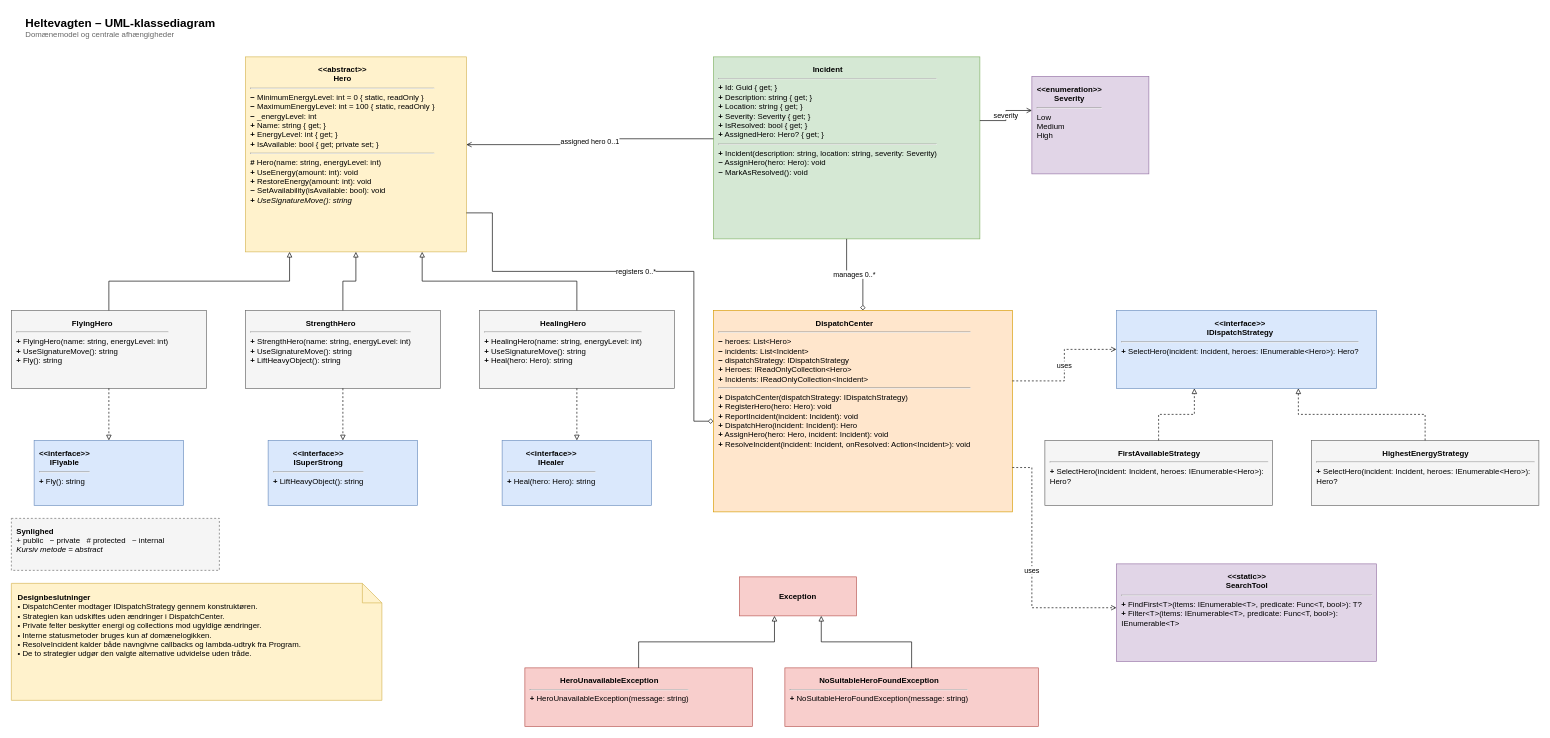
The draw.io diagram Heltevagten-UML.drawio in solvsteen/Heltevagten, before the edit. Source tidied: cells renumbered, new cells numbered last; positions are measured from the earlier drawing's top-left corner, leaving out a move shared by most shapes. Both pictures are drawn from the tidied source at 65%, with x=0, y=0 at pixel (11, 11).
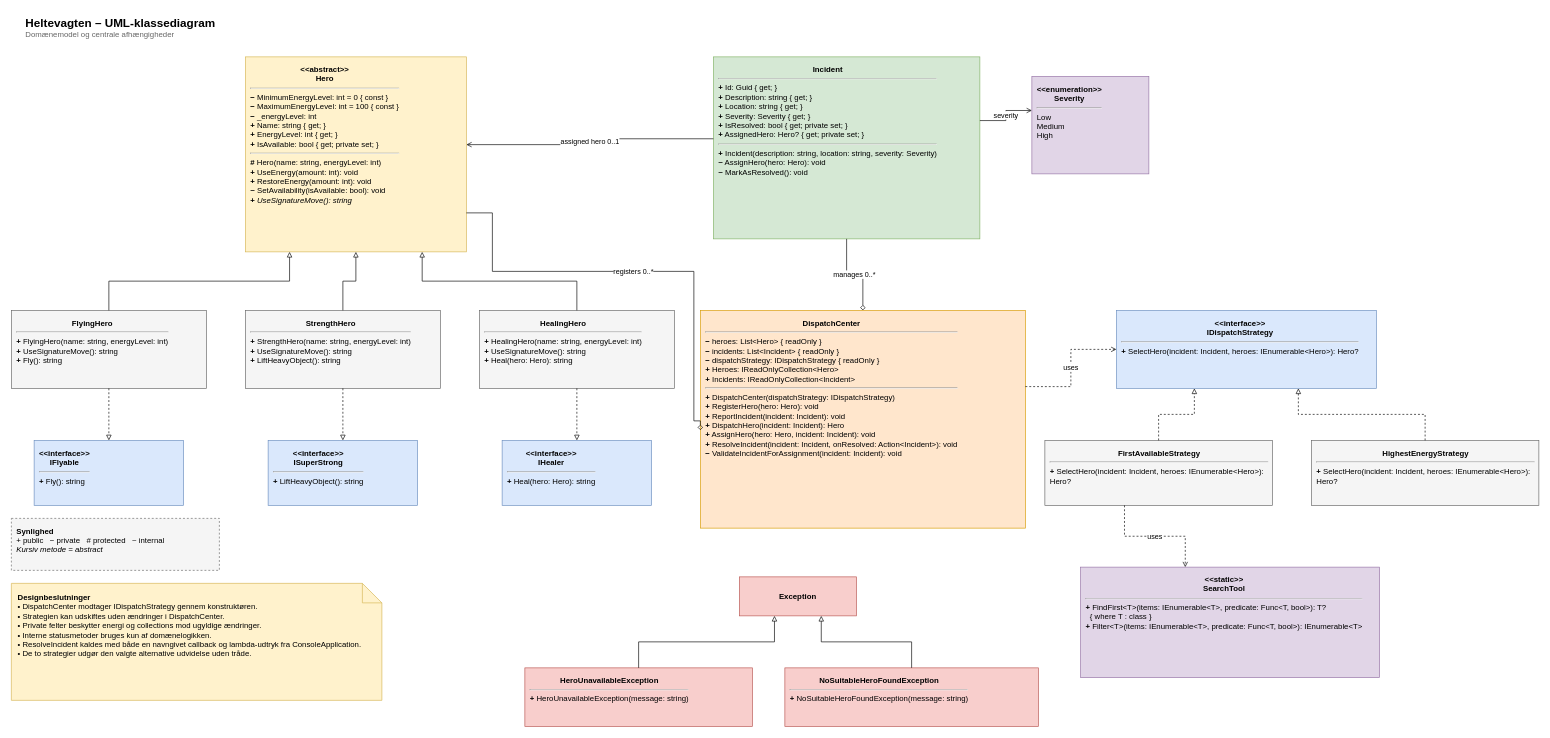
After the change.

Commit message (it also covers changes not shown here):
Update .gitignore to exclude Heltevagten.zip and ensure bin/ is ignored; modify Heltevagten-UML.drawio for improved UML class definitions and update Heltevagten-UML-preview.png

The change refers to these unchanged cells:
```xml
<mxCell id="14" value="&lt;div style=&quot;text-align:center&quot;&gt;&lt;b&gt;FirstAvailableStrategy&lt;/b&gt;&lt;/div&gt;&lt;hr&gt;&lt;b&gt;+&lt;/b&gt; SelectHero(incident: Incident, heroes: IEnumerable&amp;lt;Hero&amp;gt;): Hero?" style="rounded=0;whiteSpace=wrap;html=1;align=left;verticalAlign=top;spacing=8;fillColor=#f5f5f5;strokeColor=#666666;" parent="1" vertex="1">
  <mxGeometry x="1590" y="660" width="350" height="100" as="geometry" />
</mxCell>
```

What changed in the source:
```diff
@@
-    <mxCell id="3" value="&lt;div style=&quot;text-align:center&quot;&gt;&lt;b&gt;&amp;lt;&amp;lt;abstract&amp;gt;&amp;gt;&lt;br&gt;Hero&lt;/b&gt;&lt;/div&gt;&lt;hr&gt;&lt;b&gt;−&lt;/b&gt; MinimumEnergyLevel: int = 0 { static, readOnly }&lt;br&gt;&lt;b&gt;−&lt;/b&gt; MaximumEnergyLevel: int = 100 { static, readOnly }&lt;br&gt;&lt;b&gt;−&lt;/b&gt; _energyLevel: int&lt;br&gt;&lt;b&gt;+&lt;/b&gt; Name: string { get; }&lt;br&gt;&lt;b&gt;+&lt;/b&gt; EnergyLevel: int { get; }&lt;br&gt;&lt;b&gt;+&lt;/b&gt; IsAvailable: bool { get; private set; }&lt;hr&gt;&lt;b&gt;#&lt;/b&gt; Hero(name: string, energyLevel: int)&lt;br&gt;&lt;b&gt;+&lt;/b&gt; UseEnergy(amount: int): void&lt;br&gt;&lt;b&gt;+&lt;/b&gt; RestoreEnergy(amount: int): void&lt;br&gt;&lt;b&gt;~&lt;/b&gt; SetAvailability(isAvailable: bool): void&lt;br&gt;&lt;b&gt;+&lt;/b&gt; &lt;i&gt;UseSignatureMove(): string&lt;/i&gt;" style="rounded=0;whiteSpace=wrap;html=1;align=left;verticalAlign=top;spacing=8;fillColor=#fff2cc;strokeColor=#d6b656;" parent="1" vertex="1">
+    <mxCell id="3" value="&lt;div style=&quot;text-align:center&quot;&gt;&lt;b&gt;&amp;lt;&amp;lt;abstract&amp;gt;&amp;gt;&lt;br&gt;Hero&lt;/b&gt;&lt;/div&gt;&lt;hr&gt;&lt;b&gt;−&lt;/b&gt; MinimumEnergyLevel: int = 0 { const }&lt;br&gt;&lt;b&gt;−&lt;/b&gt; MaximumEnergyLevel: int = 100 { const }&lt;br&gt;&lt;b&gt;−&lt;/b&gt; _energyLevel: int&lt;br&gt;&lt;b&gt;+&lt;/b&gt; Name: string { get; }&lt;br&gt;&lt;b&gt;+&lt;/b&gt; EnergyLevel: int { get; }&lt;br&gt;&lt;b&gt;+&lt;/b&gt; IsAvailable: bool { get; private set; }&lt;hr&gt;&lt;b&gt;#&lt;/b&gt; Hero(name: string, energyLevel: int)&lt;br&gt;&lt;b&gt;+&lt;/b&gt; UseEnergy(amount: int): void&lt;br&gt;&lt;b&gt;+&lt;/b&gt; RestoreEnergy(amount: int): void&lt;br&gt;&lt;b&gt;~&lt;/b&gt; SetAvailability(isAvailable: bool): void&lt;br&gt;&lt;b&gt;+&lt;/b&gt; &lt;i&gt;UseSignatureMove(): string&lt;/i&gt;" style="rounded=0;whiteSpace=wrap;html=1;align=left;verticalAlign=top;spacing=8;fillColor=#fff2cc;strokeColor=#d6b656;" parent="1" vertex="1">
       <mxGeometry x="360" y="70" width="340" height="300" as="geometry" />
     </mxCell>
@@
-    <mxCell id="11" value="&lt;div style=&quot;text-align:center&quot;&gt;&lt;b&gt;Incident&lt;/b&gt;&lt;/div&gt;&lt;hr&gt;&lt;b&gt;+&lt;/b&gt; Id: Guid { get; }&lt;br&gt;&lt;b&gt;+&lt;/b&gt; Description: string { get; }&lt;br&gt;&lt;b&gt;+&lt;/b&gt; Location: string { get; }&lt;br&gt;&lt;b&gt;+&lt;/b&gt; Severity: Severity { get; }&lt;br&gt;&lt;b&gt;+&lt;/b&gt; IsResolved: bool { get; }&lt;br&gt;&lt;b&gt;+&lt;/b&gt; AssignedHero: Hero? { get; }&lt;hr&gt;&lt;b&gt;+&lt;/b&gt; Incident(description: string, location: string, severity: Severity)&lt;br&gt;&lt;b&gt;~&lt;/b&gt; AssignHero(hero: Hero): void&lt;br&gt;&lt;b&gt;~&lt;/b&gt; MarkAsResolved(): void" style="rounded=0;whiteSpace=wrap;html=1;align=left;verticalAlign=top;spacing=8;fillColor=#d5e8d4;strokeColor=#82b366;" parent="1" vertex="1">
+    <mxCell id="11" value="&lt;div style=&quot;text-align:center&quot;&gt;&lt;b&gt;Incident&lt;/b&gt;&lt;/div&gt;&lt;hr&gt;&lt;b&gt;+&lt;/b&gt; Id: Guid { get; }&lt;br&gt;&lt;b&gt;+&lt;/b&gt; Description: string { get; }&lt;br&gt;&lt;b&gt;+&lt;/b&gt; Location: string { get; }&lt;br&gt;&lt;b&gt;+&lt;/b&gt; Severity: Severity { get; }&lt;br&gt;&lt;b&gt;+&lt;/b&gt; IsResolved: bool { get; private set; }&lt;br&gt;&lt;b&gt;+&lt;/b&gt; AssignedHero: Hero? { get; private set; }&lt;hr&gt;&lt;b&gt;+&lt;/b&gt; Incident(description: string, location: string, severity: Severity)&lt;br&gt;&lt;b&gt;~&lt;/b&gt; AssignHero(hero: Hero): void&lt;br&gt;&lt;b&gt;~&lt;/b&gt; MarkAsResolved(): void" style="rounded=0;whiteSpace=wrap;html=1;align=left;verticalAlign=top;spacing=8;fillColor=#d5e8d4;strokeColor=#82b366;" parent="1" vertex="1">
       <mxGeometry x="1080" y="70" width="410" height="280" as="geometry" />
     </mxCell>
-    <mxCell id="12" value="&lt;div style=&quot;text-align:center&quot;&gt;&lt;b&gt;DispatchCenter&lt;/b&gt;&lt;/div&gt;&lt;hr&gt;&lt;b&gt;−&lt;/b&gt; heroes: List&amp;lt;Hero&amp;gt;&lt;br&gt;&lt;b&gt;−&lt;/b&gt; incidents: List&amp;lt;Incident&amp;gt;&lt;br&gt;&lt;b&gt;−&lt;/b&gt; dispatchStrategy: IDispatchStrategy&lt;br&gt;&lt;b&gt;+&lt;/b&gt; Heroes: IReadOnlyCollection&amp;lt;Hero&amp;gt;&lt;br&gt;&lt;b&gt;+&lt;/b&gt; Incidents: IReadOnlyCollection&amp;lt;Incident&amp;gt;&lt;hr&gt;&lt;b&gt;+&lt;/b&gt; DispatchCenter(dispatchStrategy: IDispatchStrategy)&lt;br&gt;&lt;b&gt;+&lt;/b&gt; RegisterHero(hero: Hero): void&lt;br&gt;&lt;b&gt;+&lt;/b&gt; ReportIncident(incident: Incident): void&lt;br&gt;&lt;b&gt;+&lt;/b&gt; DispatchHero(incident: Incident): Hero&lt;br&gt;&lt;b&gt;+&lt;/b&gt; AssignHero(hero: Hero, incident: Incident): void&lt;br&gt;&lt;b&gt;+&lt;/b&gt; ResolveIncident(incident: Incident, onResolved: Action&amp;lt;Incident&amp;gt;): void" style="rounded=0;whiteSpace=wrap;html=1;align=left;verticalAlign=top;spacing=8;fillColor=#ffe6cc;strokeColor=#d79b00;" parent="1" vertex="1">
-      <mxGeometry x="1080" y="460" width="460" height="310" as="geometry" />
+    <mxCell id="12" value="&lt;div style=&quot;text-align:center&quot;&gt;&lt;b&gt;DispatchCenter&lt;/b&gt;&lt;/div&gt;&lt;hr&gt;&lt;b&gt;−&lt;/b&gt; heroes: List&amp;lt;Hero&amp;gt; { readOnly }&lt;br&gt;&lt;b&gt;−&lt;/b&gt; incidents: List&amp;lt;Incident&amp;gt; { readOnly }&lt;br&gt;&lt;b&gt;−&lt;/b&gt; dispatchStrategy: IDispatchStrategy { readOnly }&lt;br&gt;&lt;b&gt;+&lt;/b&gt; Heroes: IReadOnlyCollection&amp;lt;Hero&amp;gt;&lt;br&gt;&lt;b&gt;+&lt;/b&gt; Incidents: IReadOnlyCollection&amp;lt;Incident&amp;gt;&lt;hr&gt;&lt;b&gt;+&lt;/b&gt; DispatchCenter(dispatchStrategy: IDispatchStrategy)&lt;br&gt;&lt;b&gt;+&lt;/b&gt; RegisterHero(hero: Hero): void&lt;br&gt;&lt;b&gt;+&lt;/b&gt; ReportIncident(incident: Incident): void&lt;br&gt;&lt;b&gt;+&lt;/b&gt; DispatchHero(incident: Incident): Hero&lt;br&gt;&lt;b&gt;+&lt;/b&gt; AssignHero(hero: Hero, incident: Incident): void&lt;br&gt;&lt;b&gt;+&lt;/b&gt; ResolveIncident(incident: Incident, onResolved: Action&amp;lt;Incident&amp;gt;): void&lt;br&gt;&lt;b&gt;−&lt;/b&gt; ValidateIncidentForAssignment(incident: Incident): void" style="rounded=0;whiteSpace=wrap;html=1;align=left;verticalAlign=top;spacing=8;fillColor=#ffe6cc;strokeColor=#d79b00;" parent="1" vertex="1">
+      <mxGeometry x="1060" y="460" width="500" height="335" as="geometry" />
     </mxCell>
@@
-    <mxCell id="16" value="&lt;div style=&quot;text-align:center&quot;&gt;&lt;b&gt;&amp;lt;&amp;lt;static&amp;gt;&amp;gt;&lt;br&gt;SearchTool&lt;/b&gt;&lt;/div&gt;&lt;hr&gt;&lt;b&gt;+&lt;/b&gt; FindFirst&amp;lt;T&amp;gt;(items: IEnumerable&amp;lt;T&amp;gt;, predicate: Func&amp;lt;T, bool&amp;gt;): T?&lt;br&gt;&lt;b&gt;+&lt;/b&gt; Filter&amp;lt;T&amp;gt;(items: IEnumerable&amp;lt;T&amp;gt;, predicate: Func&amp;lt;T, bool&amp;gt;): IEnumerable&amp;lt;T&amp;gt;" style="rounded=0;whiteSpace=wrap;html=1;align=left;verticalAlign=top;spacing=8;fillColor=#e1d5e7;strokeColor=#9673a6;" parent="1" vertex="1">
-      <mxGeometry x="1700" y="850" width="400" height="150" as="geometry" />
+    <mxCell id="16" value="&lt;div style=&quot;text-align:center&quot;&gt;&lt;b&gt;&amp;lt;&amp;lt;static&amp;gt;&amp;gt;&lt;br&gt;SearchTool&lt;/b&gt;&lt;/div&gt;&lt;hr&gt;&lt;b&gt;+&lt;/b&gt; FindFirst&amp;lt;T&amp;gt;(items: IEnumerable&amp;lt;T&amp;gt;, predicate: Func&amp;lt;T, bool&amp;gt;): T?&lt;br&gt;&amp;nbsp;&amp;nbsp;{ where T : class }&lt;br&gt;&lt;b&gt;+&lt;/b&gt; Filter&amp;lt;T&amp;gt;(items: IEnumerable&amp;lt;T&amp;gt;, predicate: Func&amp;lt;T, bool&amp;gt;): IEnumerable&amp;lt;T&amp;gt;" style="rounded=0;whiteSpace=wrap;html=1;align=left;verticalAlign=top;spacing=8;fillColor=#e1d5e7;strokeColor=#9673a6;" parent="1" vertex="1">
+      <mxGeometry x="1645" y="855" width="460" height="170" as="geometry" />
     </mxCell>
@@
-    <mxCell id="20" value="&lt;b&gt;Designbeslutninger&lt;/b&gt;&lt;br&gt;• DispatchCenter modtager IDispatchStrategy gennem konstruktøren.&lt;br&gt;• Strategien kan udskiftes uden ændringer i DispatchCenter.&lt;br&gt;• Private felter beskytter energi og collections mod ugyldige ændringer.&lt;br&gt;• Interne statusmetoder bruges kun af domænelogikken.&lt;br&gt;• ResolveIncident kalder både navngivne callbacks og lambda-udtryk fra Program.&lt;br&gt;• De to strategier udgør den valgte alternative udvidelse uden tråde." style="shape=note;whiteSpace=wrap;html=1;align=left;verticalAlign=top;spacing=10;fillColor=#fff2cc;strokeColor=#d6b656;" parent="1" vertex="1">
+    <mxCell id="20" value="&lt;b&gt;Designbeslutninger&lt;/b&gt;&lt;br&gt;• DispatchCenter modtager IDispatchStrategy gennem konstruktøren.&lt;br&gt;• Strategien kan udskiftes uden ændringer i DispatchCenter.&lt;br&gt;• Private felter beskytter energi og collections mod ugyldige ændringer.&lt;br&gt;• Interne statusmetoder bruges kun af domænelogikken.&lt;br&gt;• ResolveIncident kaldes med både en navngivet callback og lambda-udtryk fra ConsoleApplication.&lt;br&gt;• De to strategier udgør den valgte alternative udvidelse uden tråde." style="shape=note;whiteSpace=wrap;html=1;align=left;verticalAlign=top;spacing=10;fillColor=#fff2cc;strokeColor=#d6b656;" parent="1" vertex="1">
       <mxGeometry y="880" width="570" height="180" as="geometry" />
     </mxCell>
@@
-    <mxCell id="33" value="uses" style="edgeStyle=orthogonalEdgeStyle;rounded=0;jettySize=auto;html=1;exitX=1;exitY=0.78;exitDx=0;exitDy=0;entryX=0;entryY=0.45;entryDx=0;entryDy=0;endArrow=open;endFill=0;dashed=1;" parent="1" edge="1" source="12" target="16">
-      <mxGeometry relative="1" as="geometry">
-        <Array as="points">
-          <mxPoint x="1570" y="701.8" />
-          <mxPoint x="1570" y="917.5" />
-        </Array>
-      </mxGeometry>
+    <mxCell id="33" value="uses" style="edgeStyle=orthogonalEdgeStyle;rounded=0;jettySize=auto;html=1;exitX=0.35;exitY=1;exitDx=0;exitDy=0;entryX=0.35;entryY=0;entryDx=0;entryDy=0;endArrow=open;endFill=0;dashed=1;" parent="1" edge="1" source="14" target="16">
+      <mxGeometry relative="1" as="geometry" />
     </mxCell>
```
